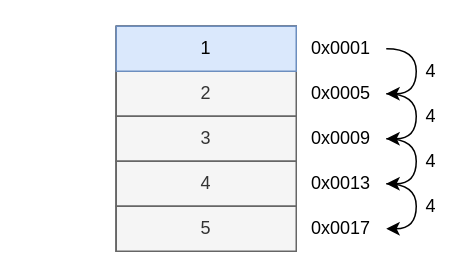
Above: page "第 17 页" (17 of 20) of Untitled Diagram.drawio in wujinzhe/course (draw.io), before the change. Source tidied: cells renumbered, new cells numbered last; positions are measured from the earlier drawing's top-left corner, leaving out a move shared by most shapes. Both pictures are drawn from the tidied source at 150%, with x=0, y=0 at pixel (116, 26).
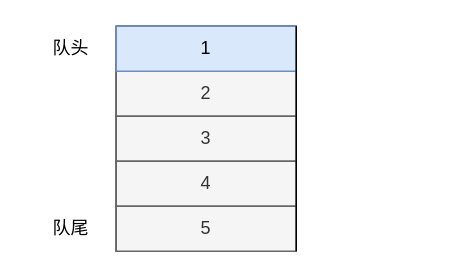
The same diagram, later.

What changed in the source:
```diff
@@
-    <mxCell id="8" style="edgeStyle=orthogonalEdgeStyle;curved=1;rounded=0;jettySize=auto;html=1;exitX=1;exitY=0.5;exitDx=0;exitDy=0;entryX=1;entryY=0.5;entryDx=0;entryDy=0;" parent="1" edge="1" source="9" target="10">
-      <mxGeometry relative="1" as="geometry">
-        <Array as="points">
-          <mxPoint x="200" y="15" />
-          <mxPoint x="200" y="45" />
-        </Array>
-      </mxGeometry>
-    </mxCell>
-    <mxCell id="9" value="0x0001" style="text;html=1;strokeColor=none;fillColor=none;align=center;verticalAlign=middle;whiteSpace=wrap;rounded=0;" parent="1" vertex="1">
-      <mxGeometry x="120" width="60" height="30" as="geometry" />
-    </mxCell>
-    <mxCell id="10" value="0x0005" style="text;html=1;strokeColor=none;fillColor=none;align=center;verticalAlign=middle;whiteSpace=wrap;rounded=0;" parent="1" vertex="1">
-      <mxGeometry x="120" y="30" width="60" height="30" as="geometry" />
-    </mxCell>
-    <mxCell id="11" value="0x0009" style="text;html=1;strokeColor=none;fillColor=none;align=center;verticalAlign=middle;whiteSpace=wrap;rounded=0;" parent="1" vertex="1">
-      <mxGeometry x="120" y="60" width="60" height="30" as="geometry" />
-    </mxCell>
-    <mxCell id="12" value="0x0013" style="text;html=1;strokeColor=none;fillColor=none;align=center;verticalAlign=middle;whiteSpace=wrap;rounded=0;" parent="1" vertex="1">
-      <mxGeometry x="120" y="90" width="60" height="30" as="geometry" />
-    </mxCell>
-    <mxCell id="13" value="0x0017" style="text;html=1;strokeColor=none;fillColor=none;align=center;verticalAlign=middle;whiteSpace=wrap;rounded=0;" parent="1" vertex="1">
-      <mxGeometry x="120" y="120" width="60" height="30" as="geometry" />
-    </mxCell>
-    <mxCell id="14" style="edgeStyle=orthogonalEdgeStyle;curved=1;rounded=0;orthogonalLoop=1;jettySize=auto;html=1;exitX=1;exitY=0.5;exitDx=0;exitDy=0;entryX=1;entryY=0.5;entryDx=0;entryDy=0;" parent="1" edge="1">
-      <mxGeometry relative="1" as="geometry">
-        <mxPoint x="180" y="45" as="sourcePoint" />
-        <mxPoint x="180" y="75" as="targetPoint" />
-        <Array as="points">
-          <mxPoint x="200" y="45" />
-          <mxPoint x="200" y="75" />
-        </Array>
-      </mxGeometry>
-    </mxCell>
-    <mxCell id="15" style="edgeStyle=orthogonalEdgeStyle;curved=1;rounded=0;orthogonalLoop=1;jettySize=auto;html=1;exitX=1;exitY=0.5;exitDx=0;exitDy=0;entryX=1;entryY=0.5;entryDx=0;entryDy=0;" parent="1" edge="1">
-      <mxGeometry relative="1" as="geometry">
-        <mxPoint x="180" y="75" as="sourcePoint" />
-        <mxPoint x="180" y="105" as="targetPoint" />
-        <Array as="points">
-          <mxPoint x="200" y="75" />
-          <mxPoint x="200" y="105" />
-        </Array>
-      </mxGeometry>
-    </mxCell>
-    <mxCell id="16" style="edgeStyle=orthogonalEdgeStyle;curved=1;rounded=0;orthogonalLoop=1;jettySize=auto;html=1;exitX=1;exitY=0.5;exitDx=0;exitDy=0;entryX=1;entryY=0.5;entryDx=0;entryDy=0;" parent="1" edge="1">
-      <mxGeometry relative="1" as="geometry">
-        <mxPoint x="180" y="105" as="sourcePoint" />
-        <mxPoint x="180" y="135" as="targetPoint" />
-        <Array as="points">
-          <mxPoint x="200" y="105" />
-          <mxPoint x="200" y="135" />
-        </Array>
-      </mxGeometry>
-    </mxCell>
-    <mxCell id="17" value="4" style="text;html=1;strokeColor=none;fillColor=none;align=center;verticalAlign=middle;whiteSpace=wrap;rounded=0;" parent="1" vertex="1">
-      <mxGeometry x="200" y="20" width="20" height="20" as="geometry" />
-    </mxCell>
-    <mxCell id="18" value="4" style="text;html=1;strokeColor=none;fillColor=none;align=center;verticalAlign=middle;whiteSpace=wrap;rounded=0;" parent="1" vertex="1">
-      <mxGeometry x="200" y="50" width="20" height="20" as="geometry" />
-    </mxCell>
-    <mxCell id="19" value="4" style="text;html=1;strokeColor=none;fillColor=none;align=center;verticalAlign=middle;whiteSpace=wrap;rounded=0;" parent="1" vertex="1">
-      <mxGeometry x="200" y="80" width="20" height="20" as="geometry" />
-    </mxCell>
-    <mxCell id="20" value="4" style="text;html=1;strokeColor=none;fillColor=none;align=center;verticalAlign=middle;whiteSpace=wrap;rounded=0;" parent="1" vertex="1">
-      <mxGeometry x="200" y="110" width="20" height="20" as="geometry" />
-    </mxCell>
+    <mxCell id="21" style="endArrow=none;html=1;rounded=0;" parent="1" edge="1">
+      <mxGeometry relative="1" as="geometry">
+        <mxPoint x="120" y="150" as="sourcePoint" />
+        <mxPoint x="120" as="targetPoint" />
+      </mxGeometry>
+    </mxCell>
+    <mxCell id="22" value="队头" style="text;html=1;strokeColor=none;fillColor=none;align=center;verticalAlign=middle;whiteSpace=wrap;rounded=0;" parent="1" vertex="1">
+      <mxGeometry x="-60" width="60" height="30" as="geometry" />
+    </mxCell>
+    <mxCell id="23" value="队尾" style="text;html=1;strokeColor=none;fillColor=none;align=center;verticalAlign=middle;whiteSpace=wrap;rounded=0;" parent="1" vertex="1">
+      <mxGeometry x="-60" y="120" width="60" height="30" as="geometry" />
+    </mxCell>
```
